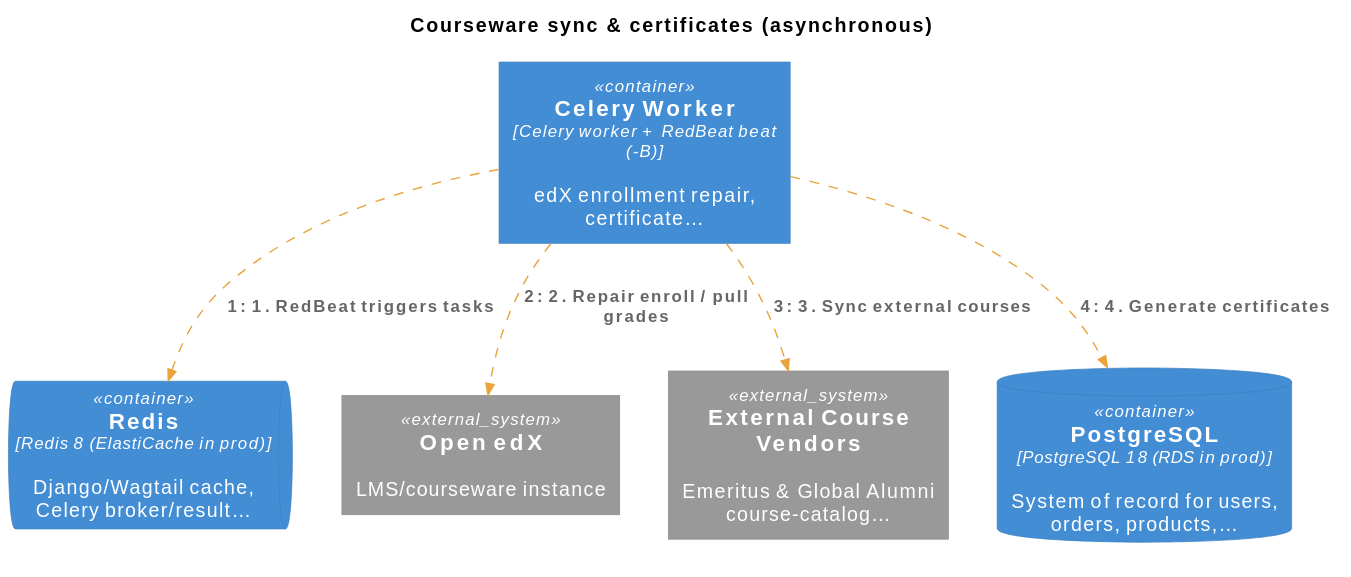
Before: docs/system_architecture/mitxpro/_diagrams/flow-courseware-sync.svg, a diagram exported from PlantUML (mitodl/platform-engineering-site). Its diagram source:
```plantuml
@startuml
!include <C4/C4_Dynamic>
AddRelTag("async", $lineStyle=DashedLine(), $lineColor="#e8a33d")
title Courseware sync & certificates (asynchronous)
Container(celery, "Celery Worker", "Celery worker + RedBeat beat (-B)", "edX enrollment repair, certificate…")
ContainerQueue(redis, "Redis", "Redis 8 (ElastiCache in prod)", "Django/Wagtail cache, Celery broker/result…")
System_Ext(openedx, "Open edX", "LMS/courseware instance")
System_Ext(external_vendors, "External Course Vendors", "Emeritus & Global Alumni course-catalog…")
ContainerDb(postgres, "PostgreSQL", "PostgreSQL 18 (RDS in prod)", "System of record for users, orders, products,…")
Rel(celery, redis, "1. RedBeat triggers tasks", $tags="async")
Rel(celery, openedx, "2. Repair enroll / pull grades", $tags="async")
Rel(celery, external_vendors, "3. Sync external courses", $tags="async")
Rel(celery, postgres, "4. Generate certificates", $tags="async")
@enduml
```
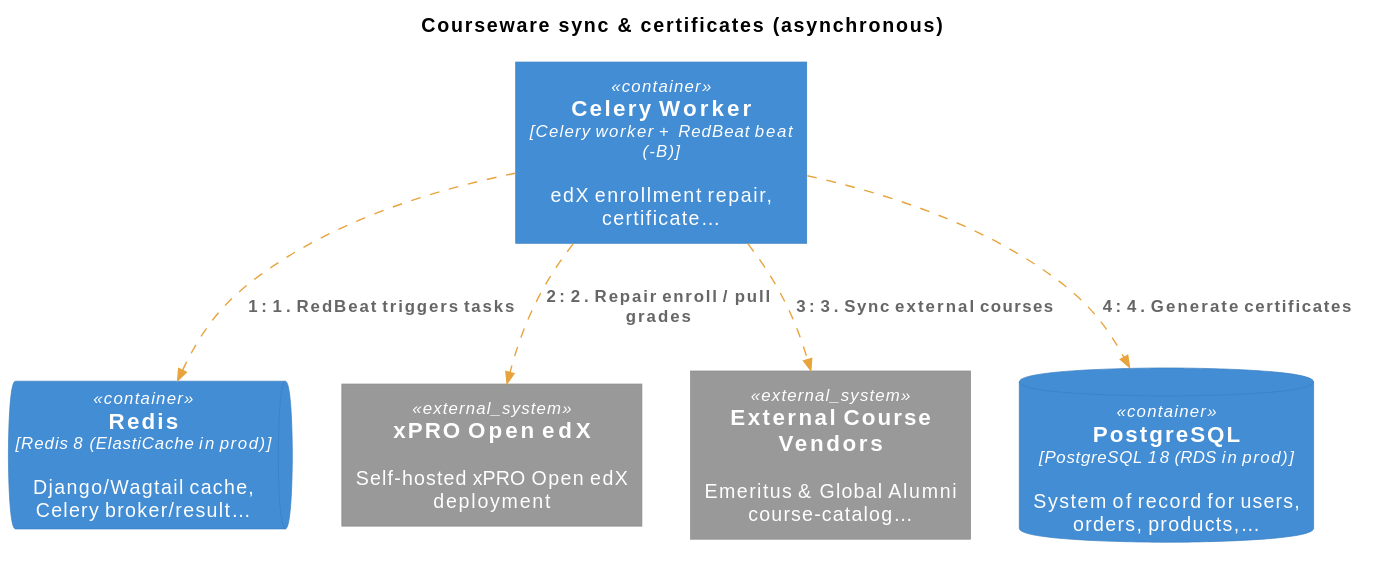
After the change.

Change to the diagram source:
```diff
@@ -4,11 +4,11 @@
 title Courseware sync & certificates (asynchronous)
 Container(celery, "Celery Worker", "Celery worker + RedBeat beat (-B)", "edX enrollment repair, certificate…")
 ContainerQueue(redis, "Redis", "Redis 8 (ElastiCache in prod)", "Django/Wagtail cache, Celery broker/result…")
-System_Ext(openedx, "Open edX", "LMS/courseware instance")
+System_Ext(xpro_openedx, "xPRO Open edX", "Self-hosted xPRO Open edX deployment")
 System_Ext(external_vendors, "External Course Vendors", "Emeritus & Global Alumni course-catalog…")
 ContainerDb(postgres, "PostgreSQL", "PostgreSQL 18 (RDS in prod)", "System of record for users, orders, products,…")
 Rel(celery, redis, "1. RedBeat triggers tasks", $tags="async")
-Rel(celery, openedx, "2. Repair enroll / pull grades", $tags="async")
+Rel(celery, xpro_openedx, "2. Repair enroll / pull grades", $tags="async")
 Rel(celery, external_vendors, "3. Sync external courses", $tags="async")
 Rel(celery, postgres, "4. Generate certificates", $tags="async")
 @enduml
```
